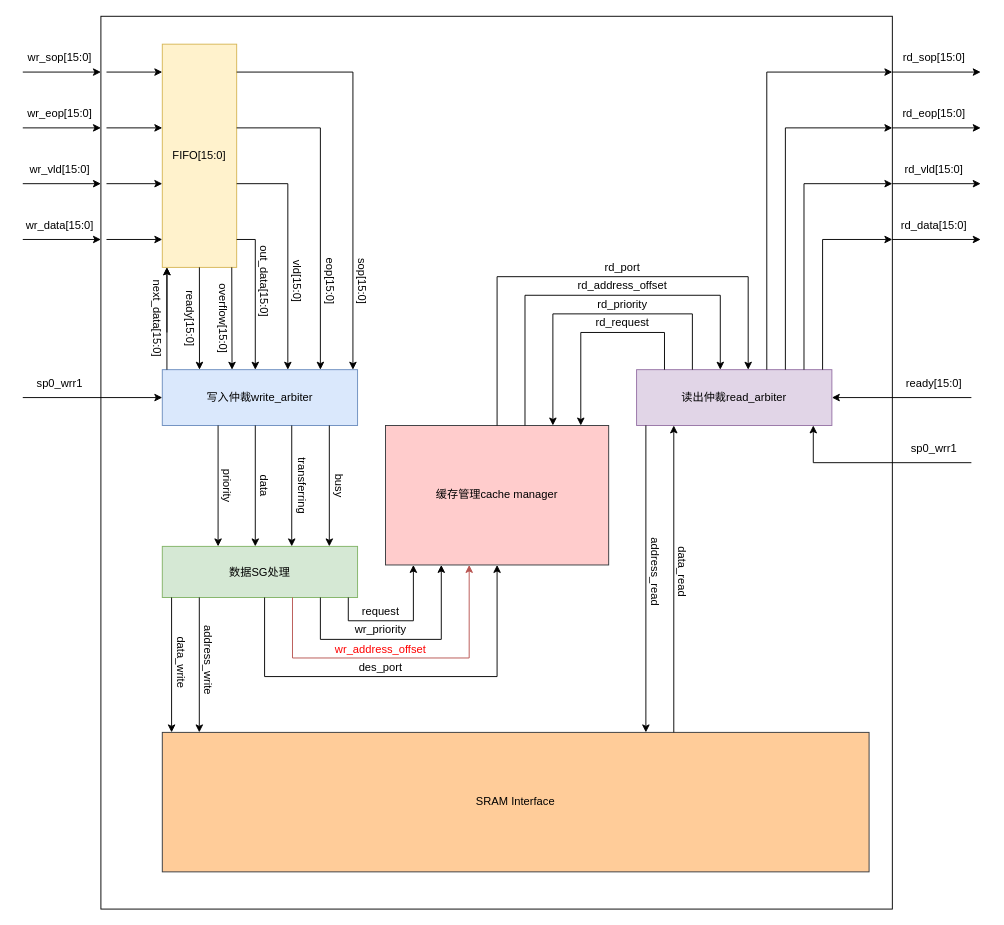
Above: system_blocks/system_block.drawio in miilTgy/sram_ctl (draw.io), before the change. Source tidied: cells renumbered, new cells numbered last; positions are measured from the earlier drawing's top-left corner, leaving out a move shared by most shapes. Both pictures are drawn from the tidied source at 93%, with x=0, y=0 at pixel (22, 16).
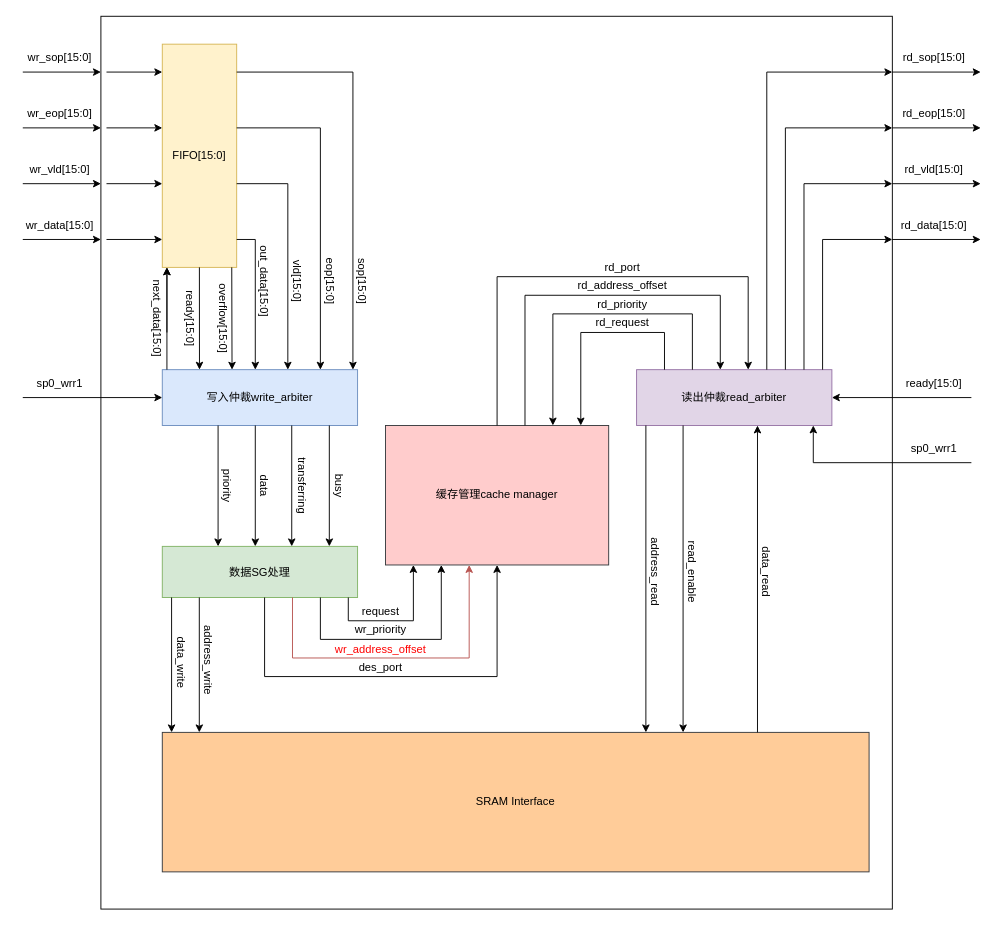
The same diagram, later.

Commit message:
Modified system_blocks.

The edit, as a diff of the source:
```diff
@@
     <mxCell id="54" style="endArrow=classic;html=1;rounded=0;" parent="1" edge="1">
       <mxGeometry relative="1" as="geometry">
-        <mxPoint x="700" y="770" as="sourcePoint" />
-        <mxPoint x="700" y="440" as="targetPoint" />
+        <mxPoint x="790" y="770" as="sourcePoint" />
+        <mxPoint x="790" y="440" as="targetPoint" />
       </mxGeometry>
     </mxCell>
     <mxCell id="55" value="data_read" style="text;html=1;align=center;verticalAlign=middle;whiteSpace=wrap;rounded=0;rotation=90;" parent="1" vertex="1">
-      <mxGeometry x="680" y="582.5" width="60" height="30" as="geometry" />
+      <mxGeometry x="770" y="582.5" width="60" height="30" as="geometry" />
     </mxCell>
@@
+    <mxCell id="86" style="endArrow=classic;html=1;rounded=0;" parent="1" edge="1">
+      <mxGeometry relative="1" as="geometry">
+        <mxPoint x="710" y="440" as="sourcePoint" />
+        <mxPoint x="710" y="770" as="targetPoint" />
+      </mxGeometry>
+    </mxCell>
+    <mxCell id="87" value="read_enable" style="text;html=1;align=center;verticalAlign=middle;whiteSpace=wrap;rounded=0;rotation=90;" parent="1" vertex="1">
+      <mxGeometry x="690" y="582.5" width="60" height="30" as="geometry" />
+    </mxCell>
```
